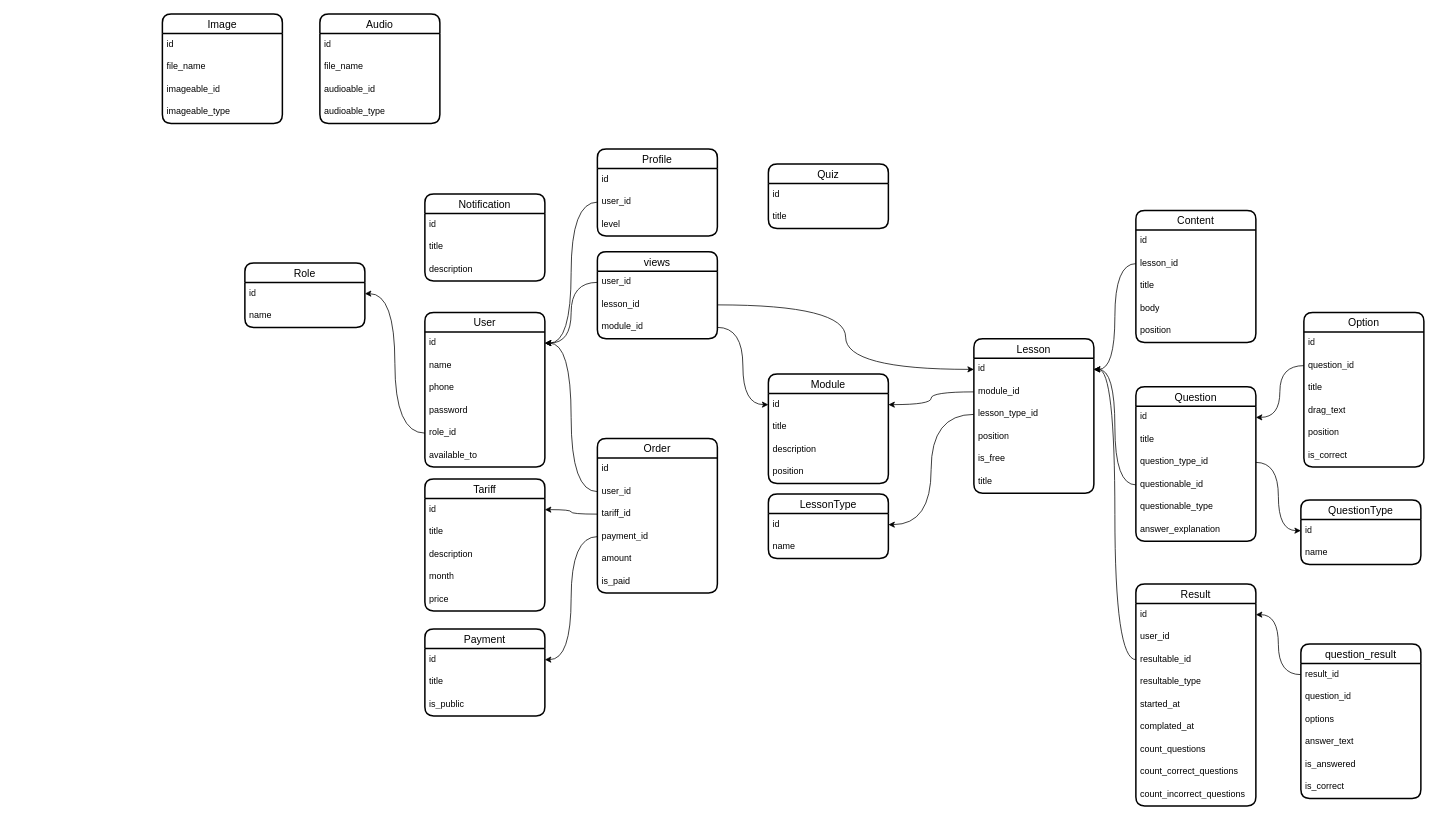
Above: karsoft-UMU.drawio in iztileuoff/databases (draw.io), before the change. Source tidied: cells renumbered, new cells numbered last; positions are measured from the earlier drawing's top-left corner, leaving out a move shared by most shapes. Both pictures are drawn from the tidied source at 75%, with x=0, y=0 at pixel (162, 14).
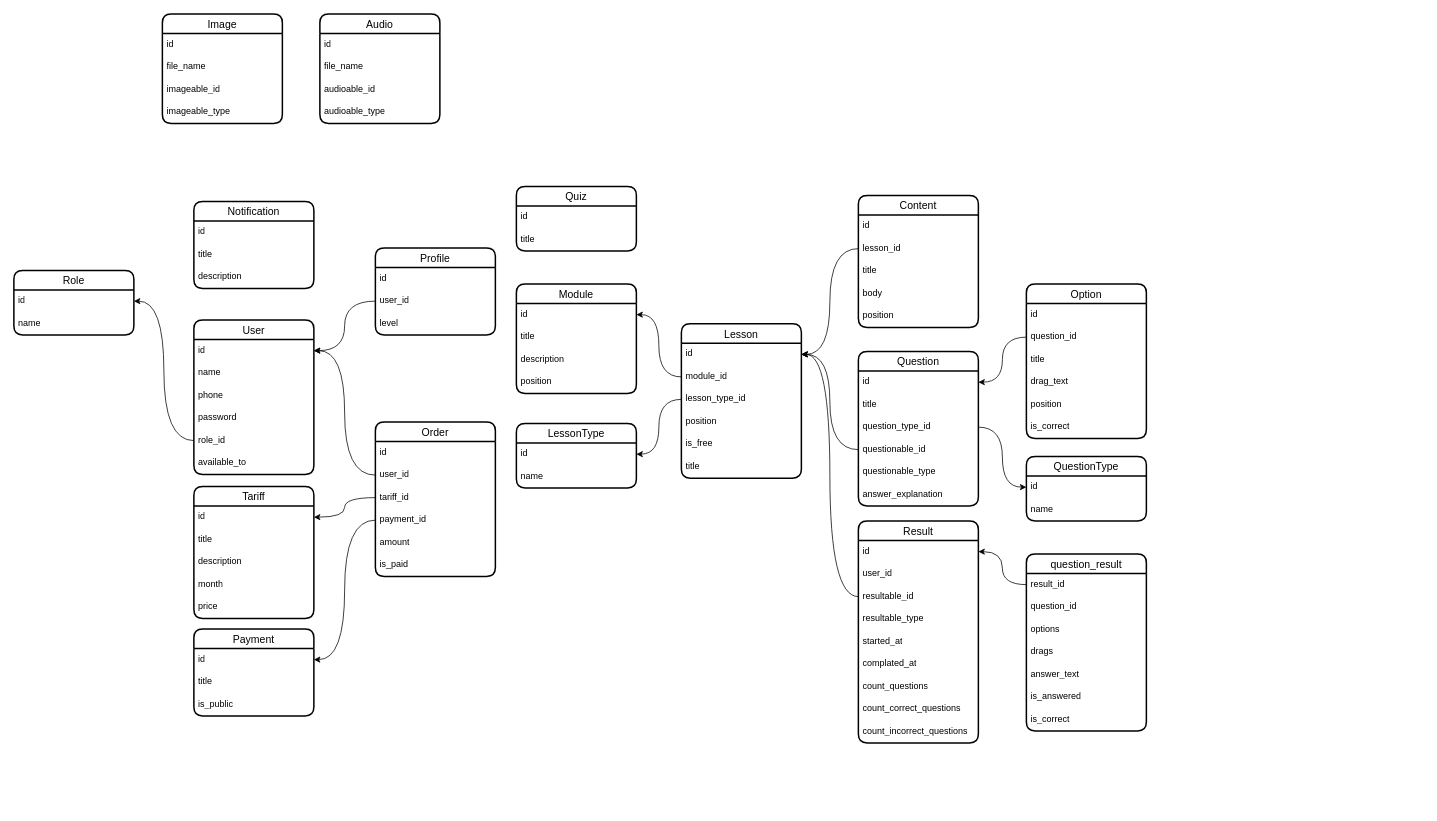
After the change.

The change refers to these unchanged cells:
```xml
<mxCell id="3" value="id" style="text;strokeColor=none;fillColor=none;spacingLeft=4;spacingRight=4;overflow=hidden;points=[[0,0.5],[1,0.5]];portConstraint=eastwest;fontSize=12;whiteSpace=wrap;html=1;" parent="2" vertex="1">
  <mxGeometry y="26" width="160" height="30" as="geometry" />
</mxCell>
<mxCell id="27" value="id" style="text;strokeColor=none;fillColor=none;spacingLeft=4;spacingRight=4;overflow=hidden;points=[[0,0.5],[1,0.5]];portConstraint=eastwest;fontSize=12;whiteSpace=wrap;html=1;" parent="26" vertex="1">
  <mxGeometry y="26" width="160" height="30" as="geometry" />
</mxCell>
<mxCell id="32" value="id" style="text;strokeColor=none;fillColor=none;spacingLeft=4;spacingRight=4;overflow=hidden;points=[[0,0.5],[1,0.5]];portConstraint=eastwest;fontSize=12;whiteSpace=wrap;html=1;" parent="31" vertex="1">
  <mxGeometry y="26" width="160" height="30" as="geometry" />
</mxCell>
```

The edit, as a diff of the source:
```diff
@@
     <mxCell id="2" value="User" style="swimlane;fontStyle=0;horizontal=1;startSize=26;align=center;fontSize=14;strokeWidth=2;rounded=1;shadow=0;glass=0;swimlaneLine=1;" parent="1" vertex="1">
-      <mxGeometry x="350" y="398" width="160" height="206" as="geometry" />
+      <mxGeometry x="42" y="408" width="160" height="206" as="geometry" />
     </mxCell>
@@
     <mxCell id="9" value="Question" style="swimlane;fontStyle=0;horizontal=1;startSize=26;align=center;fontSize=14;strokeWidth=2;rounded=1;shadow=0;glass=0;swimlaneLine=1;" parent="1" vertex="1">
-      <mxGeometry x="1298" y="497" width="160" height="206" as="geometry" />
+      <mxGeometry x="928" y="450" width="160" height="206" as="geometry" />
     </mxCell>
@@
     <mxCell id="16" value="Option" style="swimlane;fontStyle=0;horizontal=1;startSize=26;align=center;fontSize=14;strokeWidth=2;rounded=1;shadow=0;glass=0;swimlaneLine=1;" parent="1" vertex="1">
-      <mxGeometry x="1522" y="398" width="160" height="206" as="geometry" />
+      <mxGeometry x="1152" y="360" width="160" height="206" as="geometry" />
     </mxCell>
@@
     <mxCell id="23" value="QuestionType" style="swimlane;fontStyle=0;horizontal=1;startSize=26;align=center;fontSize=14;strokeWidth=2;rounded=1;shadow=0;glass=0;swimlaneLine=1;" parent="1" vertex="1">
-      <mxGeometry x="1518" y="648" width="160" height="86" as="geometry" />
+      <mxGeometry x="1152" y="590" width="160" height="86" as="geometry" />
     </mxCell>
@@
     <mxCell id="26" value="Module" style="swimlane;fontStyle=0;horizontal=1;startSize=26;align=center;fontSize=14;strokeWidth=2;rounded=1;shadow=0;glass=0;swimlaneLine=1;" parent="1" vertex="1">
-      <mxGeometry x="808" y="480" width="160" height="146" as="geometry" />
+      <mxGeometry x="472" y="360" width="160" height="146" as="geometry" />
     </mxCell>
@@
     <mxCell id="31" value="Lesson" style="swimlane;fontStyle=0;horizontal=1;startSize=26;align=center;fontSize=14;strokeWidth=2;rounded=1;shadow=0;glass=0;swimlaneLine=1;" parent="1" vertex="1">
-      <mxGeometry x="1082" y="433" width="160" height="206" as="geometry" />
+      <mxGeometry x="692" y="413" width="160" height="206" as="geometry" />
     </mxCell>
@@
     <mxCell id="38" value="Content" style="swimlane;fontStyle=0;horizontal=1;startSize=26;align=center;fontSize=14;strokeWidth=2;rounded=1;shadow=0;glass=0;swimlaneLine=1;" parent="1" vertex="1">
-      <mxGeometry x="1298" y="262" width="160" height="176" as="geometry" />
+      <mxGeometry x="928" y="242" width="160" height="176" as="geometry" />
     </mxCell>
@@
     <mxCell id="45" value="Result" style="swimlane;fontStyle=0;horizontal=1;startSize=26;align=center;fontSize=14;strokeWidth=2;rounded=1;shadow=0;glass=0;swimlaneLine=1;" parent="1" vertex="1">
-      <mxGeometry x="1298" y="760" width="160" height="296" as="geometry" />
+      <mxGeometry x="928" y="676" width="160" height="296" as="geometry" />
     </mxCell>
@@
     <mxCell id="55" value="question_result" style="swimlane;fontStyle=0;horizontal=1;startSize=26;align=center;fontSize=14;strokeWidth=2;rounded=1;shadow=0;glass=0;swimlaneLine=1;" parent="1" vertex="1">
-      <mxGeometry x="1518" y="840" width="160" height="206" as="geometry" />
+      <mxGeometry x="1152" y="720" width="160" height="236" as="geometry" />
     </mxCell>
@@
+    <mxCell id="125" value="drags" style="text;strokeColor=none;fillColor=none;spacingLeft=4;spacingRight=4;overflow=hidden;fontSize=12;whiteSpace=wrap;html=1;" parent="55" vertex="1">
+      <mxGeometry y="116" width="160" height="30" as="geometry" />
+    </mxCell>
     <mxCell id="59" value="answer_text" style="text;strokeColor=none;fillColor=none;spacingLeft=4;spacingRight=4;overflow=hidden;fontSize=12;whiteSpace=wrap;html=1;" parent="55" vertex="1">
-      <mxGeometry y="116" width="160" height="30" as="geometry" />
+      <mxGeometry y="146" width="160" height="30" as="geometry" />
     </mxCell>
     <mxCell id="60" value="is_answered" style="text;strokeColor=none;fillColor=none;spacingLeft=4;spacingRight=4;overflow=hidden;fontSize=12;whiteSpace=wrap;html=1;" parent="55" vertex="1">
-      <mxGeometry y="146" width="160" height="30" as="geometry" />
+      <mxGeometry y="176" width="160" height="30" as="geometry" />
     </mxCell>
     <mxCell id="61" value="is_correct" style="text;strokeColor=none;fillColor=none;spacingLeft=4;spacingRight=4;overflow=hidden;fontSize=12;whiteSpace=wrap;html=1;" parent="55" vertex="1">
-      <mxGeometry y="176" width="160" height="30" as="geometry" />
+      <mxGeometry y="206" width="160" height="30" as="geometry" />
     </mxCell>
@@
     <mxCell id="63" value="Tariff" style="swimlane;fontStyle=0;horizontal=1;startSize=26;align=center;fontSize=14;strokeWidth=2;rounded=1;shadow=0;glass=0;swimlaneLine=1;" parent="1" vertex="1">
-      <mxGeometry x="350" y="620" width="160" height="176" as="geometry" />
+      <mxGeometry x="42" y="630" width="160" height="176" as="geometry" />
     </mxCell>
@@
     <mxCell id="69" value="Order" style="swimlane;fontStyle=0;horizontal=1;startSize=26;align=center;fontSize=14;strokeWidth=2;rounded=1;shadow=0;glass=0;swimlaneLine=1;" parent="1" vertex="1">
-      <mxGeometry x="580" y="566" width="160" height="206" as="geometry" />
+      <mxGeometry x="284" y="544" width="160" height="206" as="geometry" />
     </mxCell>
@@
     <mxCell id="76" value="Payment" style="swimlane;fontStyle=0;horizontal=1;startSize=26;align=center;fontSize=14;strokeWidth=2;rounded=1;shadow=0;glass=0;swimlaneLine=1;" parent="1" vertex="1">
-      <mxGeometry x="350" y="820" width="160" height="116" as="geometry" />
+      <mxGeometry x="42" y="820" width="160" height="116" as="geometry" />
     </mxCell>
@@
     <mxCell id="84" value="Notification" style="swimlane;fontStyle=0;horizontal=1;startSize=26;align=center;fontSize=14;strokeWidth=2;rounded=1;shadow=0;glass=0;swimlaneLine=1;" parent="1" vertex="1">
-      <mxGeometry x="350" y="240" width="160" height="116" as="geometry" />
+      <mxGeometry x="42" y="250" width="160" height="116" as="geometry" />
     </mxCell>
@@
     <mxCell id="88" value="Role" style="swimlane;fontStyle=0;horizontal=1;startSize=26;align=center;fontSize=14;strokeWidth=2;rounded=1;shadow=0;glass=0;swimlaneLine=1;" parent="1" vertex="1">
-      <mxGeometry x="110" y="332" width="160" height="86" as="geometry" />
+      <mxGeometry x="-198" y="342" width="160" height="86" as="geometry" />
     </mxCell>
@@
-    <mxCell id="92" value="views" style="swimlane;fontStyle=0;horizontal=1;startSize=26;align=center;fontSize=14;strokeWidth=2;rounded=1;shadow=0;glass=0;swimlaneLine=1;" parent="1" vertex="1">
-      <mxGeometry x="580" y="317" width="160" height="116" as="geometry" />
-    </mxCell>
-    <mxCell id="93" value="user_id" style="text;strokeColor=none;fillColor=none;spacingLeft=4;spacingRight=4;overflow=hidden;points=[[0,0.5],[1,0.5]];portConstraint=eastwest;fontSize=12;whiteSpace=wrap;html=1;" parent="92" vertex="1">
-      <mxGeometry y="26" width="160" height="30" as="geometry" />
-    </mxCell>
-    <mxCell id="94" value="lesson_id" style="text;strokeColor=none;fillColor=none;spacingLeft=4;spacingRight=4;overflow=hidden;points=[[0,0.5],[1,0.5]];portConstraint=eastwest;fontSize=12;whiteSpace=wrap;html=1;" parent="92" vertex="1">
-      <mxGeometry y="56" width="160" height="30" as="geometry" />
-    </mxCell>
-    <mxCell id="95" value="module_id" style="text;strokeColor=none;fillColor=none;spacingLeft=4;spacingRight=4;overflow=hidden;points=[[0,0.5],[1,0.5]];portConstraint=eastwest;fontSize=12;whiteSpace=wrap;html=1;" parent="92" vertex="1">
-      <mxGeometry y="86" width="160" height="30" as="geometry" />
-    </mxCell>
@@
     <mxCell id="97" value="Quiz" style="swimlane;fontStyle=0;horizontal=1;startSize=26;align=center;fontSize=14;strokeWidth=2;rounded=1;shadow=0;glass=0;swimlaneLine=1;" parent="1" vertex="1">
-      <mxGeometry x="808" y="200" width="160" height="86" as="geometry" />
+      <mxGeometry x="472" y="230" width="160" height="86" as="geometry" />
     </mxCell>
@@
-    <mxCell id="101" style="edgeStyle=orthogonalEdgeStyle;rounded=0;jettySize=auto;html=1;entryX=1;entryY=0.5;entryDx=0;entryDy=0;curved=1;" parent="1" edge="1" source="93" target="3">
-      <mxGeometry relative="1" as="geometry" />
-    </mxCell>
-    <mxCell id="102" style="edgeStyle=orthogonalEdgeStyle;rounded=0;jettySize=auto;html=1;entryX=0;entryY=0.5;entryDx=0;entryDy=0;curved=1;" parent="1" edge="1" source="95" target="27">
-      <mxGeometry relative="1" as="geometry" />
-    </mxCell>
-    <mxCell id="103" style="edgeStyle=orthogonalEdgeStyle;rounded=0;jettySize=auto;html=1;entryX=0;entryY=0.5;entryDx=0;entryDy=0;curved=1;" parent="1" edge="1" source="94" target="32">
-      <mxGeometry relative="1" as="geometry" />
-    </mxCell>
     <mxCell id="104" value="LessonType" style="swimlane;fontStyle=0;horizontal=1;startSize=26;align=center;fontSize=14;strokeWidth=2;rounded=1;shadow=0;glass=0;swimlaneLine=1;" parent="1" vertex="1">
-      <mxGeometry x="808" y="640" width="160" height="86" as="geometry" />
+      <mxGeometry x="472" y="546" width="160" height="86" as="geometry" />
     </mxCell>
@@
     <mxCell id="119" value="Profile" style="swimlane;fontStyle=0;horizontal=1;startSize=26;align=center;fontSize=14;strokeWidth=2;rounded=1;shadow=0;glass=0;swimlaneLine=1;" parent="1" vertex="1">
-      <mxGeometry x="580" y="180" width="160" height="116" as="geometry" />
+      <mxGeometry x="284" y="312" width="160" height="116" as="geometry" />
     </mxCell>
```
